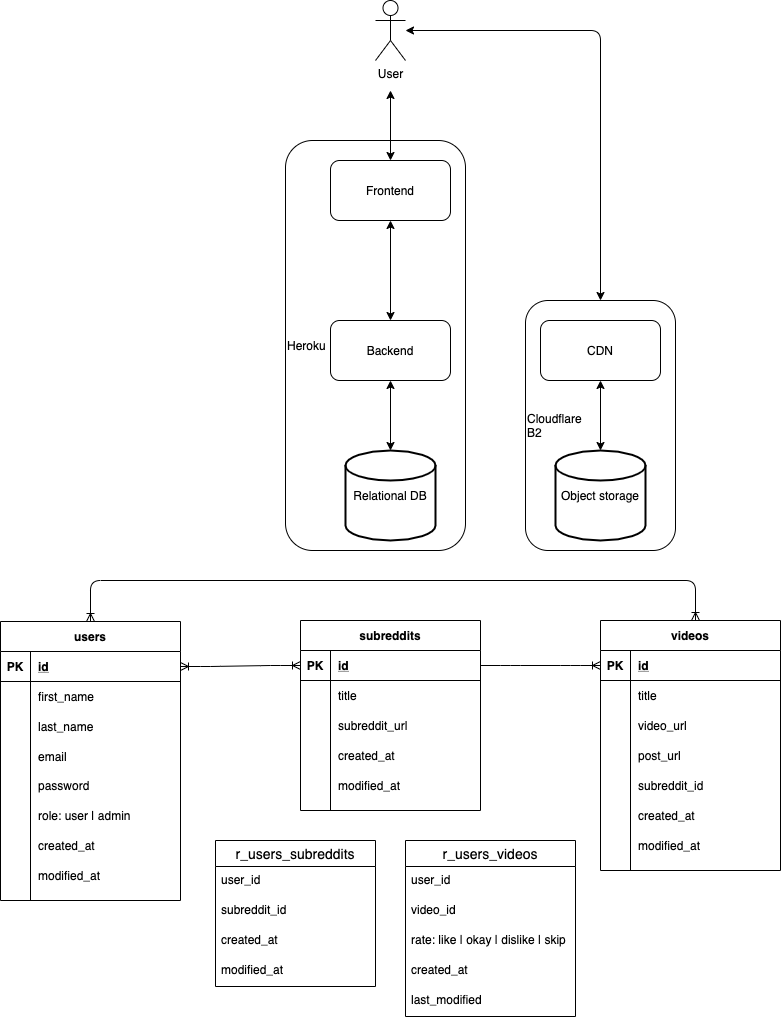
This is system-design.png from kzkaneoka/reddit-short-videos, a draw.io export, as it was before one commit. Source tidied: cells renumbered, new cells last; positions are measured from the earlier drawing's top-left corner, leaving out a move shared by most shapes.
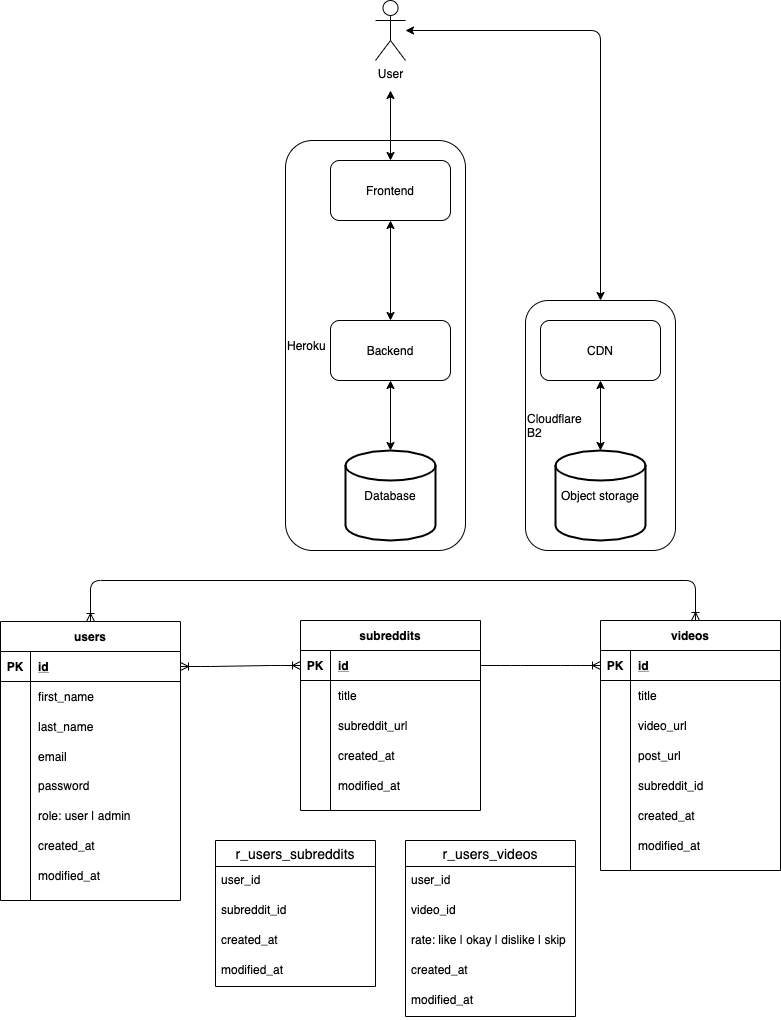
The same file after the commit.

Change to the diagram source:
```diff
@@ -20,7 +20,7 @@
     <mxCell id="7" value="Backend" style="rounded=1;whiteSpace=wrap;html=1;" parent="1" vertex="1">
       <mxGeometry x="330" y="320" width="120" height="60" as="geometry" />
     </mxCell>
-    <mxCell id="8" value="Relational DB" style="strokeWidth=2;html=1;shape=mxgraph.flowchart.database;whiteSpace=wrap;" parent="1" vertex="1">
+    <mxCell id="8" value="Database" style="strokeWidth=2;html=1;shape=mxgraph.flowchart.database;whiteSpace=wrap;" parent="1" vertex="1">
       <mxGeometry x="345" y="450" width="90" height="90" as="geometry" />
     </mxCell>
     <mxCell id="9" value="users" style="shape=table;startSize=30;rowLines=0;fontStyle=1;align=center;" parent="1" vertex="1">
@@ -273,7 +273,7 @@
     <mxCell id="89" value="created_at" style="text;strokeColor=none;fillColor=none;spacingLeft=4;spacingRight=4;overflow=hidden;fontSize=12;" parent="85" vertex="1">
       <mxGeometry y="116" width="170" height="30" as="geometry" />
     </mxCell>
-    <mxCell id="90" value="last_modified" style="text;strokeColor=none;fillColor=none;spacingLeft=4;spacingRight=4;overflow=hidden;fontSize=12;" parent="85" vertex="1">
+    <mxCell id="90" value="modified_at" style="text;strokeColor=none;fillColor=none;spacingLeft=4;spacingRight=4;overflow=hidden;fontSize=12;" parent="85" vertex="1">
       <mxGeometry y="146" width="170" height="30" as="geometry" />
     </mxCell>
     <mxCell id="91" value="CDN" style="rounded=1;whiteSpace=wrap;html=1;align=center;" parent="1" vertex="1">
```
